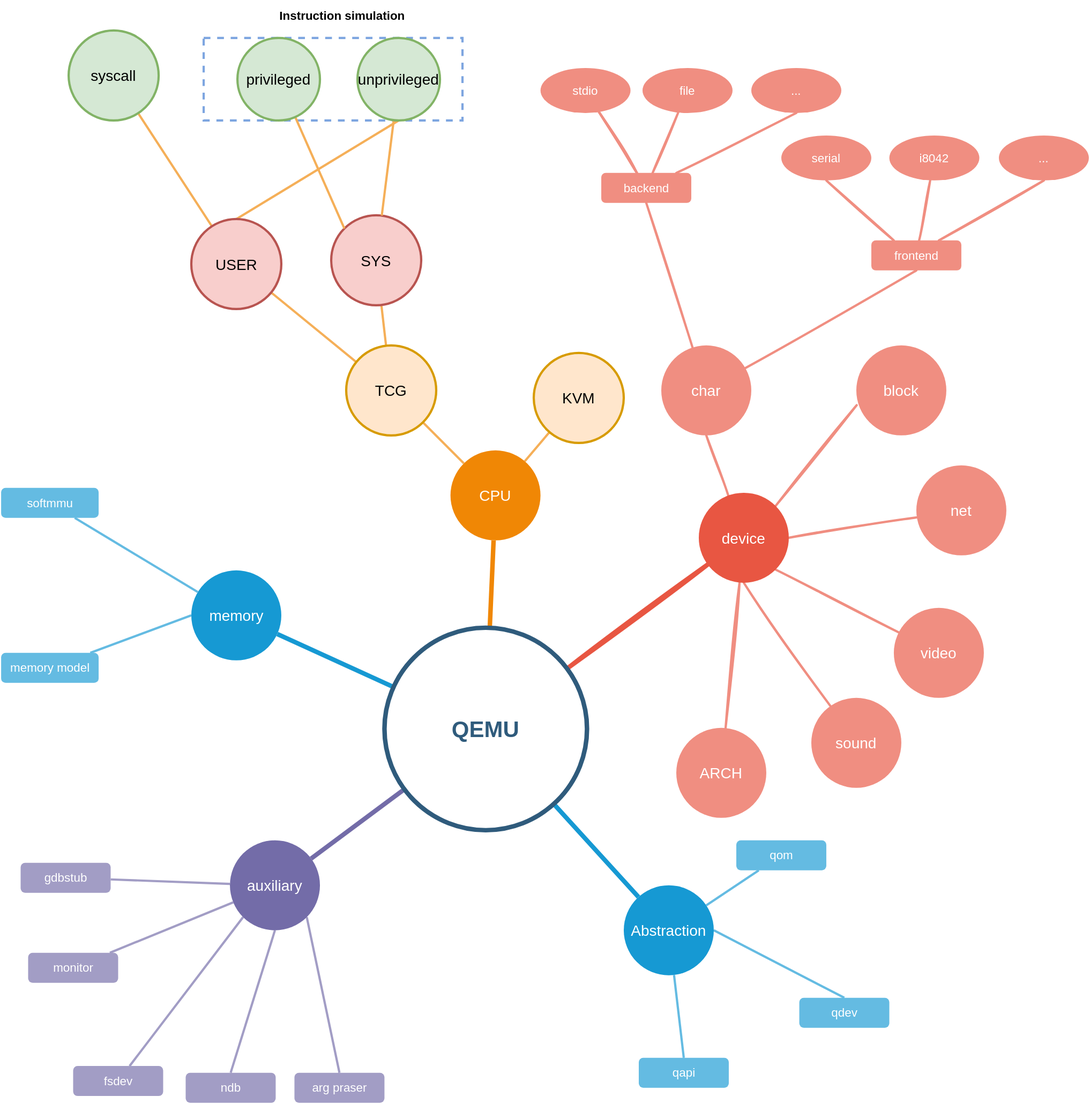
Earlier version of the draw.io export docs/qemu/img/qemu.svg (Martins3/Martins3.github.io). Source tidied: cells renumbered, new cells last; positions are measured from the earlier drawing's top-left corner, leaving out a move shared by most shapes.
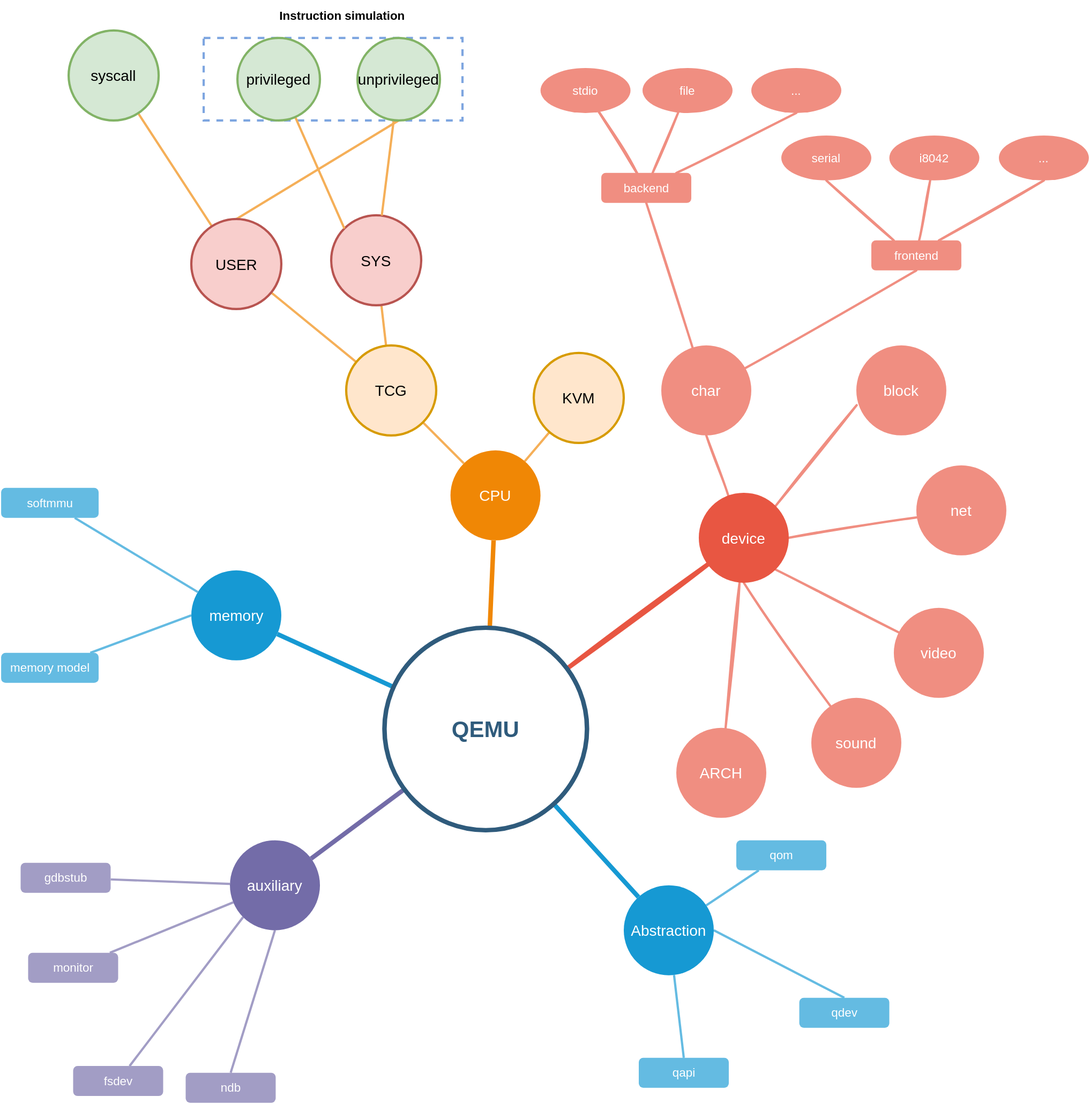
After the change.

Commit message:
:bug: typo

The edit, as a diff of the source:
```diff
@@ -98,9 +98,6 @@
     <mxCell id="33" style="edgeStyle=none;shape=connector;rounded=1;jettySize=auto;html=1;exitX=0.5;exitY=1;exitDx=0;exitDy=0;entryX=0.5;entryY=0;entryDx=0;entryDy=0;labelBackgroundColor=default;fontFamily=Helvetica;fontSize=11;fontColor=default;endArrow=none;strokeColor=#A29DC5;strokeWidth=3;" parent="1" edge="1" source="35" target="78">
       <mxGeometry relative="1" as="geometry" />
     </mxCell>
-    <mxCell id="34" style="edgeStyle=none;shape=connector;rounded=1;jettySize=auto;html=1;exitX=1;exitY=1;exitDx=0;exitDy=0;entryX=0.5;entryY=0;entryDx=0;entryDy=0;labelBackgroundColor=default;fontFamily=Helvetica;fontSize=11;fontColor=default;endArrow=none;strokeColor=#A29DC5;strokeWidth=3;" parent="1" edge="1" source="35" target="79">
-      <mxGeometry relative="1" as="geometry" />
-    </mxCell>
     <mxCell id="35" value="auxiliary" style="ellipse;whiteSpace=wrap;html=1;shadow=0;fontFamily=Helvetica;fontSize=20;fontColor=#FFFFFF;align=center;strokeWidth=3;fillColor=#736ca8;strokeColor=none;" parent="1" vertex="1">
       <mxGeometry x="305" y="1120" width="120" height="120" as="geometry" />
     </mxCell>
@@ -233,9 +230,6 @@
     <mxCell id="78" value="ndb" style="rounded=1;fillColor=#a29dc5;strokeColor=none;strokeWidth=3;shadow=0;html=1;fontColor=#FFFFFF;fontSize=16;" parent="1" vertex="1">
       <mxGeometry x="246" y="1430" width="120" height="40" as="geometry" />
     </mxCell>
-    <mxCell id="79" value="arg praser" style="rounded=1;fillColor=#a29dc5;strokeColor=none;strokeWidth=3;shadow=0;html=1;fontColor=#FFFFFF;fontSize=16;" parent="1" vertex="1">
-      <mxGeometry x="391" y="1430" width="120" height="40" as="geometry" />
-    </mxCell>
     <mxCell id="80" value="qdev" style="rounded=1;fillColor=#64BBE2;strokeColor=none;strokeWidth=3;shadow=0;html=1;fontColor=#FFFFFF;fontSize=16;" parent="1" vertex="1">
       <mxGeometry x="1064" y="1330" width="120" height="40" as="geometry" />
     </mxCell>
```
